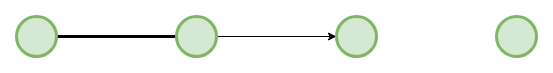
Earlier version of the draw.io diagram en/git.drawio (larnsce/concept-maps). Source tidied: cells renumbered, new cells numbered last; positions are measured from the earlier drawing's top-left corner, leaving out a move shared by most shapes. Both pictures are drawn from the tidied source at 100%, with x=0, y=0 at pixel (16, 16).
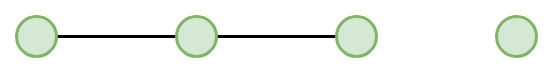
After the change.

Change to the diagram source:
```diff
@@
 <mxGraphModel>
   <root>
     <mxCell id="0" />
     <mxCell id="1" parent="0" />
     <mxCell id="2" style="edgeStyle=orthogonalEdgeStyle;rounded=0;jettySize=auto;html=1;endArrow=none;endFill=0;strokeWidth=3;" parent="1" edge="1" source="3" target="5">
       <mxGeometry relative="1" as="geometry" />
     </mxCell>
     <mxCell id="3" style="ellipse;whiteSpace=wrap;html=1;fillColor=#d5e8d4;strokeColor=#82b366;strokeWidth=3;" parent="1" vertex="1">
       <mxGeometry width="40" height="40" as="geometry" />
     </mxCell>
-    <mxCell id="4" style="edgeStyle=orthogonalEdgeStyle;rounded=0;jettySize=auto;html=1;" parent="1" edge="1" source="5" target="6">
+    <mxCell id="4" style="edgeStyle=orthogonalEdgeStyle;shape=connector;rounded=0;jettySize=auto;html=1;strokeColor=default;strokeWidth=3;align=center;verticalAlign=middle;fontFamily=Helvetica;fontSize=11;fontColor=default;labelBackgroundColor=default;endArrow=none;endFill=0;" parent="1" edge="1" source="5" target="6">
       <mxGeometry relative="1" as="geometry" />
     </mxCell>
     <mxCell id="5" style="ellipse;whiteSpace=wrap;html=1;fillColor=#d5e8d4;strokeColor=#82b366;strokeWidth=3;" parent="1" vertex="1">
       <mxGeometry x="160" width="40" height="40" as="geometry" />
     </mxCell>
     <mxCell id="6" style="ellipse;whiteSpace=wrap;html=1;fillColor=#d5e8d4;strokeColor=#82b366;strokeWidth=3;" parent="1" vertex="1">
       <mxGeometry x="320" width="40" height="40" as="geometry" />
     </mxCell>
     <mxCell id="7" style="ellipse;whiteSpace=wrap;html=1;fillColor=#d5e8d4;strokeColor=#82b366;strokeWidth=3;" parent="1" vertex="1">
       <mxGeometry x="480" width="40" height="40" as="geometry" />
     </mxCell>
   </root>
 </mxGraphModel>
```
